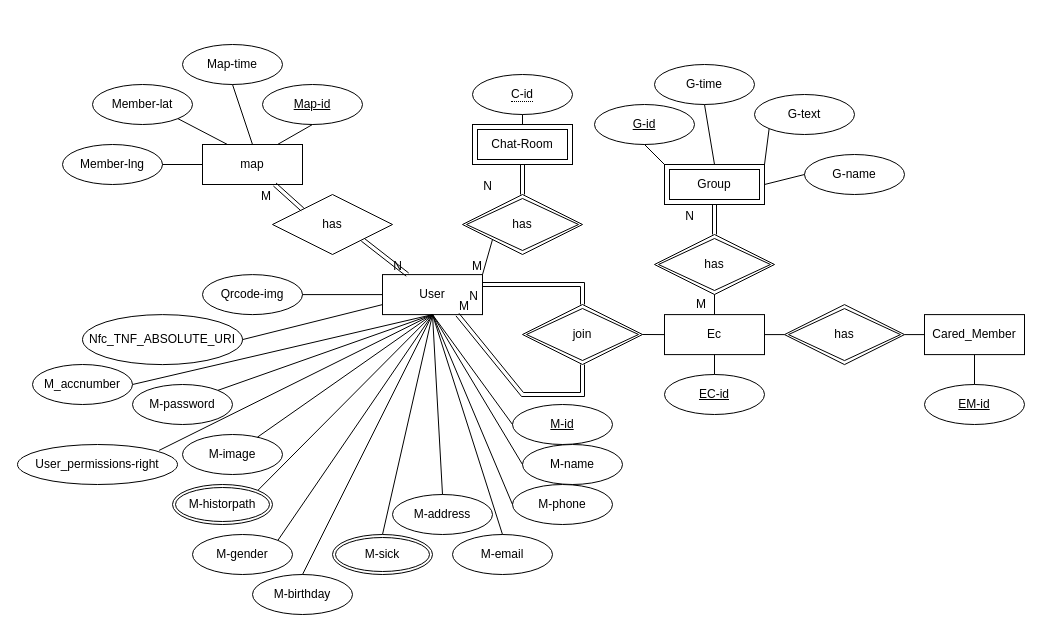
Above: page "ER-Mod" (3 of 3) of Untitled Diagram.drawio in may900620/codepanimg (draw.io), before the change. Source tidied: cells renumbered, new cells numbered last; positions are measured from the earlier drawing's top-left corner, leaving out a move shared by most shapes. Both pictures are drawn from the tidied source at 100%, with x=0, y=0 at pixel (17, 24).
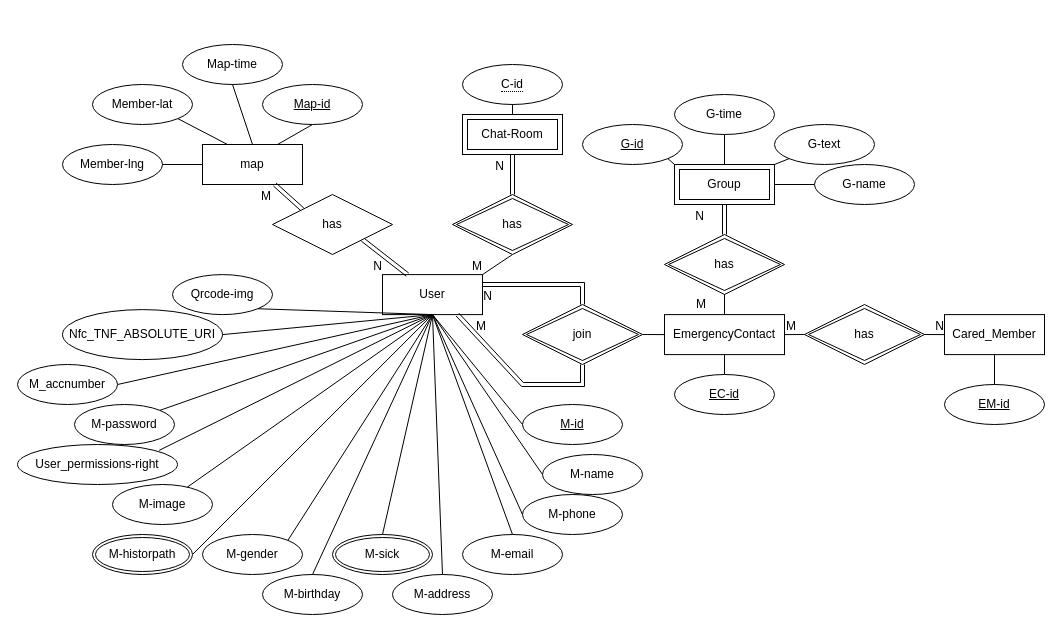
The same page after the edit.

The change refers to these unchanged cells:
```xml
<mxCell id="3" value="User" style="whiteSpace=wrap;html=1;align=center;" parent="1" vertex="1">
  <mxGeometry x="365" y="250.1" width="100" height="40" as="geometry" />
</mxCell>
<mxCell id="21" value="join" style="shape=rhombus;perimeter=rhombusPerimeter;whiteSpace=wrap;html=1;align=center;double=1;" parent="1" vertex="1">
  <mxGeometry x="505" y="280" width="120" height="60" as="geometry" />
</mxCell>
<mxCell id="33" style="endArrow=none;html=1;rounded=0;exitX=1;exitY=1;exitDx=0;exitDy=0;entryX=0.25;entryY=0;entryDx=0;entryDy=0;startArrow=none;shape=link;" parent="1" edge="1" source="35" target="3">
  <mxGeometry relative="1" as="geometry" />
</mxCell>
<mxCell id="73" style="endArrow=none;html=1;rounded=0;entryX=0.5;entryY=0;entryDx=0;entryDy=0;" parent="1" edge="1" source="69" target="51">
  <mxGeometry relative="1" as="geometry" />
</mxCell>
<mxCell id="79" style="shape=link;html=1;rounded=0;startArrow=none;startFill=0;endArrow=classic;endFill=1;entryX=0.5;entryY=0;entryDx=0;entryDy=0;" parent="1" edge="1" target="21">
  <mxGeometry relative="1" as="geometry">
    <mxPoint x="465" y="260" as="sourcePoint" />
    <Array as="points">
      <mxPoint x="565" y="260" />
    </Array>
  </mxGeometry>
</mxCell>
<mxCell id="85" style="endArrow=none;html=1;rounded=0;exitX=1;exitY=0.5;exitDx=0;exitDy=0;entryX=0;entryY=0.5;entryDx=0;entryDy=0;" parent="1" edge="1" source="51" target="84">
  <mxGeometry relative="1" as="geometry" />
</mxCell>
```

The edit, as a diff of the source:
```diff
@@
     <mxCell id="2" value="&lt;div&gt;M-id&lt;/div&gt;" style="ellipse;whiteSpace=wrap;html=1;align=center;fontStyle=4;" parent="1" vertex="1">
-      <mxGeometry x="495" y="380" width="100" height="40" as="geometry" />
+      <mxGeometry x="505" y="380" width="100" height="40" as="geometry" />
     </mxCell>
@@
     <mxCell id="4" value="M-name" style="ellipse;whiteSpace=wrap;html=1;align=center;" parent="1" vertex="1">
-      <mxGeometry x="505" y="420" width="100" height="40" as="geometry" />
+      <mxGeometry x="525" y="430" width="100" height="40" as="geometry" />
     </mxCell>
     <mxCell id="5" value="M-phone" style="ellipse;whiteSpace=wrap;html=1;align=center;" parent="1" vertex="1">
-      <mxGeometry x="495" y="460" width="100" height="40" as="geometry" />
+      <mxGeometry x="505" y="470" width="100" height="40" as="geometry" />
     </mxCell>
     <mxCell id="6" value="M-email" style="ellipse;whiteSpace=wrap;html=1;align=center;" parent="1" vertex="1">
-      <mxGeometry x="435" y="510" width="100" height="40" as="geometry" />
+      <mxGeometry x="445" y="510" width="100" height="40" as="geometry" />
     </mxCell>
     <mxCell id="7" value="M-address" style="ellipse;whiteSpace=wrap;html=1;align=center;" parent="1" vertex="1">
-      <mxGeometry x="375" y="470" width="100" height="40" as="geometry" />
+      <mxGeometry x="375" y="550" width="100" height="40" as="geometry" />
     </mxCell>
     <mxCell id="8" value="M-birthday" style="ellipse;whiteSpace=wrap;html=1;align=center;" parent="1" vertex="1">
-      <mxGeometry x="235" y="550" width="100" height="40" as="geometry" />
+      <mxGeometry x="245" y="550" width="100" height="40" as="geometry" />
     </mxCell>
     <mxCell id="9" value="M-gender" style="ellipse;whiteSpace=wrap;html=1;align=center;" parent="1" vertex="1">
-      <mxGeometry x="175" y="510" width="100" height="40" as="geometry" />
+      <mxGeometry x="185" y="510" width="100" height="40" as="geometry" />
     </mxCell>
     <mxCell id="10" value="M-image" style="ellipse;whiteSpace=wrap;html=1;align=center;" parent="1" vertex="1">
-      <mxGeometry x="165" y="410" width="100" height="40" as="geometry" />
+      <mxGeometry x="95" y="460" width="100" height="40" as="geometry" />
     </mxCell>
-    <mxCell id="11" style="endArrow=none;html=1;rounded=0;exitX=1;exitY=0;exitDx=0;exitDy=0;entryX=0.5;entryY=1;entryDx=0;entryDy=0;" parent="1" edge="1" source="32" target="3">
+    <mxCell id="11" style="endArrow=none;html=1;rounded=0;exitX=1;exitY=0.5;exitDx=0;exitDy=0;entryX=0.5;entryY=1;entryDx=0;entryDy=0;" parent="1" edge="1" source="32" target="3">
       <mxGeometry relative="1" as="geometry" />
     </mxCell>
@@
     <mxCell id="22" style="endArrow=none;html=1;rounded=0;exitX=0.75;exitY=1;exitDx=0;exitDy=0;entryX=0.5;entryY=1;entryDx=0;entryDy=0;shape=link;" parent="1" edge="1" source="3" target="21">
       <mxGeometry relative="1" as="geometry">
         <Array as="points">
-          <mxPoint x="505" y="370" />
-          <mxPoint x="565" y="370" />
+          <mxPoint x="505" y="360" />
+          <mxPoint x="565" y="360" />
         </Array>
       </mxGeometry>
     </mxCell>
     <mxCell id="23" value="M" style="html=1;align=left;verticalAlign=bottom;" parent="22" vertex="1">
-      <mxGeometry x="-1" relative="1" as="geometry" />
+      <mxGeometry x="-1" relative="1" as="geometry">
+        <mxPoint x="17" y="20" as="offset" />
+      </mxGeometry>
     </mxCell>
     <mxCell id="24" value="M-password" style="ellipse;whiteSpace=wrap;html=1;align=center;gradientColor=none;" parent="1" vertex="1">
-      <mxGeometry x="115" y="360" width="100" height="40" as="geometry" />
+      <mxGeometry x="57" y="380" width="100" height="40" as="geometry" />
     </mxCell>
@@
     <mxCell id="29" value="Qrcode-img" style="ellipse;whiteSpace=wrap;html=1;align=center;gradientColor=none;" parent="1" vertex="1">
-      <mxGeometry x="185" y="250.1" width="100" height="40" as="geometry" />
+      <mxGeometry x="155" y="250.1" width="100" height="40" as="geometry" />
     </mxCell>
-    <mxCell id="30" style="endArrow=none;html=1;rounded=0;exitX=0;exitY=0.5;exitDx=0;exitDy=0;entryX=1;entryY=0.5;entryDx=0;entryDy=0;" parent="1" edge="1" source="3" target="29">
+    <mxCell id="30" style="endArrow=none;html=1;rounded=0;exitX=0.5;exitY=1;exitDx=0;exitDy=0;entryX=1;entryY=1;entryDx=0;entryDy=0;" parent="1" edge="1" source="3" target="29">
       <mxGeometry relative="1" as="geometry" />
     </mxCell>
@@
     <mxCell id="32" value="M-historpath" style="ellipse;shape=doubleEllipse;margin=3;whiteSpace=wrap;html=1;align=center;gradientColor=none;" parent="1" vertex="1">
-      <mxGeometry x="155" y="460" width="100" height="40" as="geometry" />
+      <mxGeometry x="75" y="510" width="100" height="40" as="geometry" />
     </mxCell>
@@
     <mxCell id="34" value="N" style="html=1;align=right;verticalAlign=bottom;gradientColor=none;" parent="33" vertex="1">
       <mxGeometry x="1" relative="1" as="geometry">
-        <mxPoint x="-5" as="offset" />
+        <mxPoint x="-25" as="offset" />
       </mxGeometry>
     </mxCell>
@@
-    <mxCell id="49" style="endArrow=none;html=1;rounded=0;entryX=1;entryY=0;entryDx=0;entryDy=0;exitX=0;exitY=1;exitDx=0;exitDy=0;" parent="1" edge="1" source="67" target="3">
+    <mxCell id="49" style="endArrow=none;html=1;rounded=0;entryX=1;entryY=0;entryDx=0;entryDy=0;exitX=0.5;exitY=1;exitDx=0;exitDy=0;" parent="1" edge="1" source="67" target="3">
       <mxGeometry relative="1" as="geometry" />
     </mxCell>
@@
-    <mxCell id="51" value="Ec" style="whiteSpace=wrap;html=1;align=center;" parent="1" vertex="1">
-      <mxGeometry x="647" y="290.1" width="100" height="40" as="geometry" />
+    <mxCell id="51" value="EmergencyContact" style="whiteSpace=wrap;html=1;align=center;" parent="1" vertex="1">
+      <mxGeometry x="647" y="290.1" width="120" height="40" as="geometry" />
     </mxCell>
@@
     <mxCell id="53" value="EM-id" style="ellipse;whiteSpace=wrap;html=1;align=center;gradientColor=none;fontStyle=4;" parent="1" vertex="1">
-      <mxGeometry x="907" y="360" width="100" height="40" as="geometry" />
+      <mxGeometry x="927" y="360" width="100" height="40" as="geometry" />
     </mxCell>
@@
     <mxCell id="55" value="Chat-Room" style="shape=ext;margin=3;double=1;whiteSpace=wrap;html=1;align=center;gradientColor=none;" parent="1" vertex="1">
-      <mxGeometry x="455" y="100" width="100" height="40" as="geometry" />
+      <mxGeometry x="445" y="90" width="100" height="40" as="geometry" />
     </mxCell>
     <mxCell id="56" value="Group" style="shape=ext;margin=3;double=1;whiteSpace=wrap;html=1;align=center;gradientColor=none;" parent="1" vertex="1">
-      <mxGeometry x="647" y="140" width="100" height="40" as="geometry" />
+      <mxGeometry x="657" y="140" width="100" height="40" as="geometry" />
     </mxCell>
     <mxCell id="57" value="&lt;span style=&quot;border-bottom: 1px dotted&quot;&gt;C-id&lt;/span&gt;" style="ellipse;whiteSpace=wrap;html=1;align=center;gradientColor=none;" parent="1" vertex="1">
-      <mxGeometry x="455" y="50" width="100" height="40" as="geometry" />
+      <mxGeometry x="445" y="40" width="100" height="40" as="geometry" />
     </mxCell>
     <mxCell id="58" value="G-name" style="ellipse;whiteSpace=wrap;html=1;align=center;gradientColor=none;" parent="1" vertex="1">
-      <mxGeometry x="787" y="130" width="100" height="40" as="geometry" />
+      <mxGeometry x="797" y="140" width="100" height="40" as="geometry" />
     </mxCell>
     <mxCell id="59" value="G-text" style="ellipse;whiteSpace=wrap;html=1;align=center;gradientColor=none;" parent="1" vertex="1">
-      <mxGeometry x="737" y="70" width="100" height="40" as="geometry" />
+      <mxGeometry x="757" y="100" width="100" height="40" as="geometry" />
     </mxCell>
     <mxCell id="60" value="G-time" style="ellipse;whiteSpace=wrap;html=1;align=center;gradientColor=none;" parent="1" vertex="1">
-      <mxGeometry x="637" y="40" width="100" height="40" as="geometry" />
+      <mxGeometry x="657" y="70" width="100" height="40" as="geometry" />
     </mxCell>
     <mxCell id="61" value="&lt;div&gt;G-id&lt;/div&gt;" style="ellipse;whiteSpace=wrap;html=1;align=center;fontStyle=4;gradientColor=none;" parent="1" vertex="1">
-      <mxGeometry x="577" y="80" width="100" height="40" as="geometry" />
+      <mxGeometry x="565" y="100" width="100" height="40" as="geometry" />
     </mxCell>
-    <mxCell id="62" style="endArrow=none;html=1;rounded=0;entryX=0;entryY=0;entryDx=0;entryDy=0;exitX=0.5;exitY=1;exitDx=0;exitDy=0;" parent="1" edge="1" source="61" target="56">
+    <mxCell id="62" style="endArrow=none;html=1;rounded=0;entryX=0;entryY=0;entryDx=0;entryDy=0;exitX=1;exitY=1;exitDx=0;exitDy=0;" parent="1" edge="1" source="61" target="56">
       <mxGeometry relative="1" as="geometry" />
     </mxCell>
@@
     <mxCell id="67" value="has" style="shape=rhombus;double=1;perimeter=rhombusPerimeter;whiteSpace=wrap;html=1;align=center;gradientColor=none;" parent="1" vertex="1">
-      <mxGeometry x="445" y="170" width="120" height="60" as="geometry" />
+      <mxGeometry x="435" y="170" width="120" height="60" as="geometry" />
     </mxCell>
@@
     <mxCell id="69" value="has" style="shape=rhombus;double=1;perimeter=rhombusPerimeter;whiteSpace=wrap;html=1;align=center;gradientColor=none;" parent="1" vertex="1">
-      <mxGeometry x="637" y="210" width="120" height="60" as="geometry" />
+      <mxGeometry x="647" y="210" width="120" height="60" as="geometry" />
     </mxCell>
@@
     <mxCell id="74" value="N" style="html=1;align=right;verticalAlign=bottom;gradientColor=none;" parent="73" vertex="1">
       <mxGeometry x="1" relative="1" as="geometry">
-        <mxPoint x="-222" y="-120" as="offset" />
+        <mxPoint x="-220" y="-140" as="offset" />
       </mxGeometry>
     </mxCell>
@@
     <mxCell id="76" value="Nfc_TNF_ABSOLUTE_URI" style="ellipse;whiteSpace=wrap;html=1;align=center;" parent="1" vertex="1">
-      <mxGeometry x="65" y="290.1" width="160" height="50" as="geometry" />
+      <mxGeometry x="45" y="285.1" width="160" height="50" as="geometry" />
     </mxCell>
-    <mxCell id="77" style="endArrow=none;html=1;rounded=0;exitX=1;exitY=0.5;exitDx=0;exitDy=0;entryX=0;entryY=0.75;entryDx=0;entryDy=0;" parent="1" edge="1" source="76" target="3">
+    <mxCell id="77" style="endArrow=none;html=1;rounded=0;exitX=1;exitY=0.5;exitDx=0;exitDy=0;entryX=0.5;entryY=1;entryDx=0;entryDy=0;" parent="1" edge="1" source="76" target="3">
       <mxGeometry relative="1" as="geometry" />
     </mxCell>
     <mxCell id="78" value="M_accnumber" style="ellipse;whiteSpace=wrap;html=1;align=center;" parent="1" vertex="1">
-      <mxGeometry x="15" y="340" width="100" height="40" as="geometry" />
+      <mxGeometry y="340" width="100" height="40" as="geometry" />
     </mxCell>
@@
     <mxCell id="80" value="N" style="html=1;align=right;verticalAlign=bottom;" parent="79" vertex="1">
       <mxGeometry x="1" relative="1" as="geometry">
-        <mxPoint x="-104" as="offset" />
+        <mxPoint x="-90" as="offset" />
       </mxGeometry>
     </mxCell>
@@
     <mxCell id="82" value="Cared_Member" style="whiteSpace=wrap;html=1;align=center;" parent="1" vertex="1">
-      <mxGeometry x="907" y="290.1" width="100" height="40" as="geometry" />
+      <mxGeometry x="927" y="290.1" width="100" height="40" as="geometry" />
     </mxCell>
+    <mxCell id="86" value="EC-id" style="ellipse;whiteSpace=wrap;html=1;align=center;gradientColor=none;fontStyle=4;" parent="1" vertex="1">
+      <mxGeometry x="657" y="350" width="100" height="40" as="geometry" />
+    </mxCell>
+    <mxCell id="87" style="endArrow=none;html=1;rounded=0;exitX=0.5;exitY=1;exitDx=0;exitDy=0;entryX=0.5;entryY=0;entryDx=0;entryDy=0;" parent="1" edge="1" source="51" target="86">
+      <mxGeometry relative="1" as="geometry" />
+    </mxCell>
-    <mxCell id="83" style="endArrow=none;html=1;rounded=0;exitX=1;exitY=0.5;exitDx=0;exitDy=0;entryX=0;entryY=0.5;entryDx=0;entryDy=0;startArrow=none;" parent="1" edge="1" source="84" target="82">
+    <mxCell id="83" style="endArrow=none;html=1;rounded=0;entryX=0;entryY=0.5;entryDx=0;entryDy=0;startArrow=none;exitX=1;exitY=0.5;exitDx=0;exitDy=0;" parent="1" edge="1" source="84" target="82">
       <mxGeometry relative="1" as="geometry" />
     </mxCell>
+    <mxCell id="88" value="N" style="html=1;align=right;verticalAlign=bottom;" parent="83" vertex="1">
+      <mxGeometry x="1" relative="1" as="geometry" />
+    </mxCell>
     <mxCell id="84" value="has" style="shape=rhombus;double=1;perimeter=rhombusPerimeter;whiteSpace=wrap;html=1;align=center;gradientColor=none;" parent="1" vertex="1">
-      <mxGeometry x="767" y="280.1" width="120" height="60" as="geometry" />
+      <mxGeometry x="787" y="280" width="120" height="60" as="geometry" />
     </mxCell>
@@
-    <mxCell id="86" value="EC-id" style="ellipse;whiteSpace=wrap;html=1;align=center;gradientColor=none;fontStyle=4;" parent="1" vertex="1">
-      <mxGeometry x="647" y="350" width="100" height="40" as="geometry" />
-    </mxCell>
-    <mxCell id="87" style="endArrow=none;html=1;rounded=0;exitX=0.5;exitY=1;exitDx=0;exitDy=0;entryX=0.5;entryY=0;entryDx=0;entryDy=0;" parent="1" edge="1" source="51" target="86">
-      <mxGeometry relative="1" as="geometry" />
-    </mxCell>
+    <mxCell id="89" value="M" style="html=1;align=left;verticalAlign=bottom;" parent="85" vertex="1">
+      <mxGeometry x="-1" relative="1" as="geometry" />
+    </mxCell>
```
